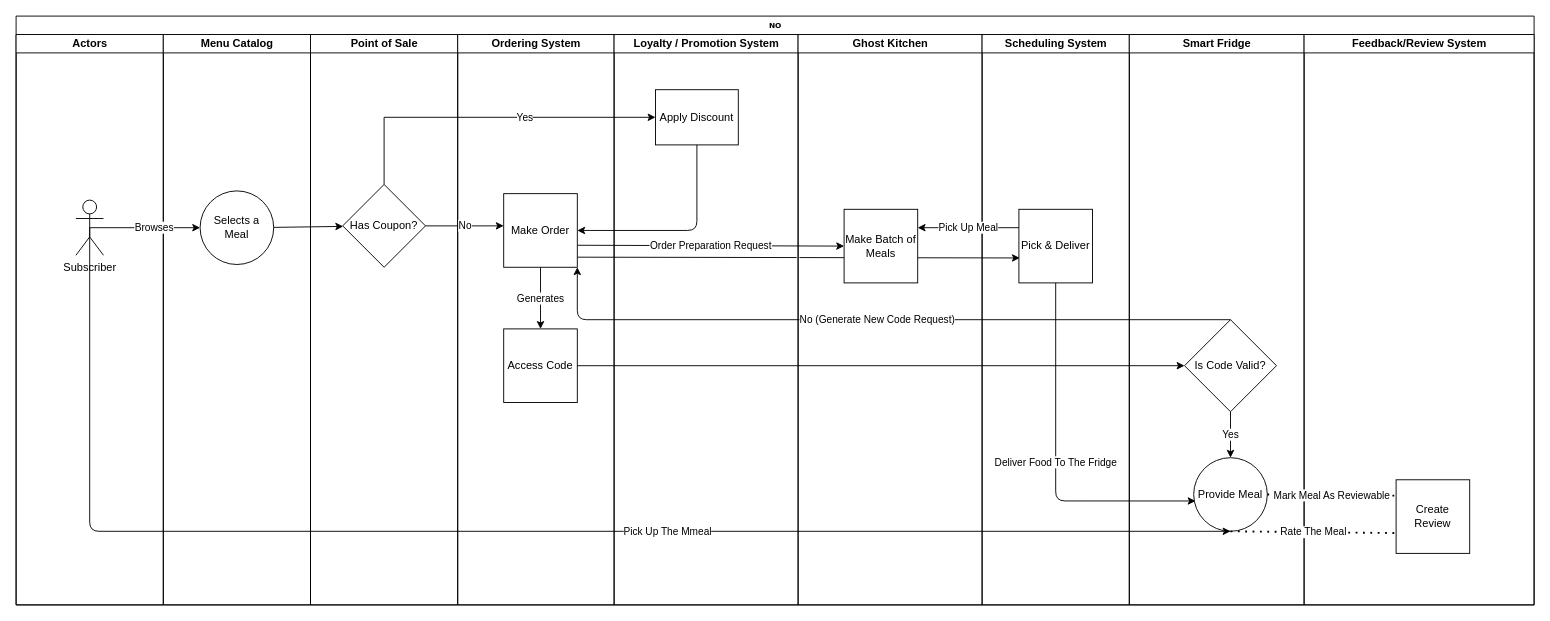
Earlier version of the draw.io diagram img/user journey/Subscriber.drawio (ldynia/archcolider). Source tidied: cells renumbered, new cells numbered last; positions are measured from the earlier drawing's top-left corner, leaving out a move shared by most shapes. Both pictures are drawn from the tidied source at 92%, with x=0, y=0 at pixel (16, 16).
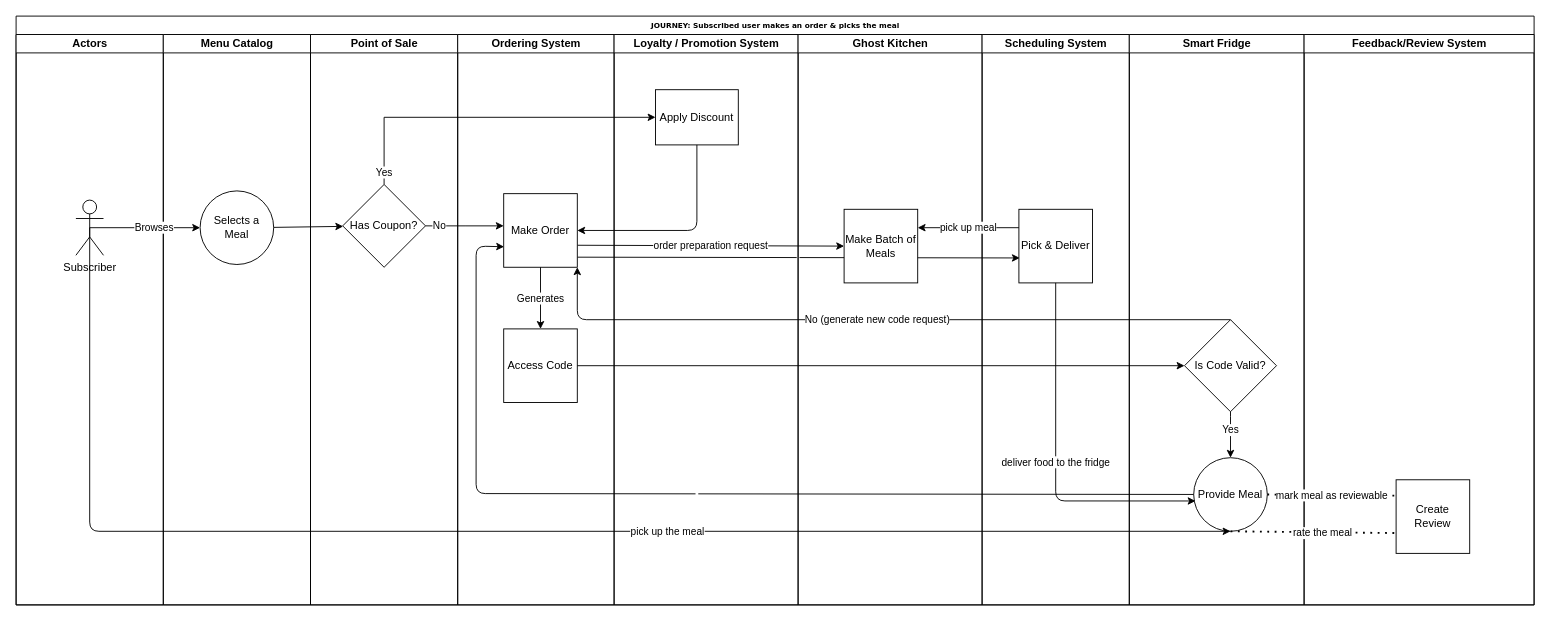
The same page after the edit.

The change refers to these unchanged cells:
```xml
<mxCell id="5" value="&lt;div&gt;Subscriber&lt;/div&gt;" style="shape=umlActor;verticalLabelPosition=bottom;verticalAlign=top;html=1;outlineConnect=0;" parent="4" vertex="1">
  <mxGeometry x="65" y="180" width="30" height="60" as="geometry" />
</mxCell>
<mxCell id="9" value="Has Coupon?" style="rhombus;whiteSpace=wrap;html=1;" parent="8" vertex="1">
  <mxGeometry x="35" y="163" width="90" height="90" as="geometry" />
</mxCell>
<mxCell id="11" value="&lt;div&gt;Make Order&lt;/div&gt;" style="whiteSpace=wrap;html=1;" parent="10" vertex="1">
  <mxGeometry x="50" y="173" width="80" height="80" as="geometry" />
</mxCell>
<mxCell id="16" value="&lt;div&gt;Apply Discount&lt;/div&gt;" style="whiteSpace=wrap;html=1;" parent="15" vertex="1">
  <mxGeometry x="45" y="60" width="90" height="60" as="geometry" />
</mxCell>
<mxCell id="18" value="Make Batch of Meals" style="whiteSpace=wrap;html=1;" parent="17" vertex="1">
  <mxGeometry x="50" y="190" width="80" height="80" as="geometry" />
</mxCell>
<mxCell id="20" value="Pick &amp;amp; Deliver" style="whiteSpace=wrap;html=1;" parent="19" vertex="1">
  <mxGeometry x="40" y="190" width="80" height="80" as="geometry" />
</mxCell>
<mxCell id="27" value="Smart Fridge" style="swimlane;html=1;startSize=20;" parent="2" vertex="1">
  <mxGeometry x="1210" y="20" width="190" height="620" as="geometry" />
</mxCell>
<mxCell id="28" value="Provide Meal" style="ellipse;whiteSpace=wrap;html=1;" parent="27" vertex="1">
  <mxGeometry x="70" y="460" width="80" height="80" as="geometry" />
</mxCell>
<mxCell id="29" value="Is Code Valid?" style="rhombus;whiteSpace=wrap;html=1;" parent="27" vertex="1">
  <mxGeometry x="60" y="310" width="100" height="100" as="geometry" />
</mxCell>
<mxCell id="35" value="Create Review" style="whiteSpace=wrap;html=1;" parent="34" vertex="1">
  <mxGeometry x="100" y="484" width="80" height="80" as="geometry" />
</mxCell>
```

Change to the diagram source:
```diff
@@
-    <mxCell id="2" value="NO" style="swimlane;html=1;startSize=20;rounded=0;shadow=0;labelBackgroundColor=none;strokeWidth=1;fontFamily=Verdana;fontSize=8;align=center;" parent="1" vertex="1">
+    <mxCell id="2" value="JOURNEY: Subscribed user makes an order &amp;amp; picks the meal" style="swimlane;html=1;startSize=20;rounded=0;shadow=0;labelBackgroundColor=none;strokeWidth=1;fontFamily=Verdana;fontSize=8;align=center;" parent="1" vertex="1">
       <mxGeometry width="1650" height="640" as="geometry" />
     </mxCell>
@@
     <mxCell id="21" value="Yes" style="edgeStyle=orthogonalEdgeStyle;rounded=0;jettySize=auto;html=1;exitX=0.5;exitY=0;exitDx=0;exitDy=0;" parent="2" edge="1" source="9" target="16">
-      <mxGeometry x="0.23" relative="1" as="geometry">
+      <mxGeometry x="-0.93" relative="1" as="geometry">
         <Array as="points">
           <mxPoint x="400" y="110" />
         </Array>
       </mxGeometry>
     </mxCell>
@@
     <mxCell id="24" value="No" style="edgeStyle=orthogonalEdgeStyle;rounded=0;jettySize=auto;html=1;" parent="2" edge="1" source="9" target="11">
-      <mxGeometry relative="1" as="geometry">
+      <mxGeometry x="-0.65" relative="1" as="geometry">
         <Array as="points">
           <mxPoint x="488" y="228" />
           <mxPoint x="488" y="228" />
         </Array>
       </mxGeometry>
     </mxCell>
-    <mxCell id="25" value="Order Preparation Request" style="endArrow=classic;html=1;exitX=1.004;exitY=0.701;exitDx=0;exitDy=0;entryX=0;entryY=0.5;entryDx=0;entryDy=0;exitPerimeter=0;" parent="2" edge="1" source="11" target="18">
+    <mxCell id="25" value="order preparation request" style="endArrow=classic;html=1;exitX=1.004;exitY=0.701;exitDx=0;exitDy=0;entryX=0;entryY=0.5;entryDx=0;entryDy=0;exitPerimeter=0;" parent="2" edge="1" source="11" target="18">
       <mxGeometry relative="1" as="geometry" />
     </mxCell>
@@
     <mxCell id="30" value="Yes" style="endArrow=classic;html=1;entryX=0.5;entryY=0;entryDx=0;entryDy=0;" parent="27" edge="1" target="28">
-      <mxGeometry relative="1" as="geometry">
+      <mxGeometry x="-0.2" relative="1" as="geometry">
         <mxPoint x="110" y="410" as="sourcePoint" />
+        <Array as="points">
+          <mxPoint x="110" y="420" />
+        </Array>
       </mxGeometry>
     </mxCell>
-    <mxCell id="31" value="No (Generate New Code Request)" style="endArrow=classic;html=1;exitX=0.5;exitY=0;exitDx=0;exitDy=0;entryX=1;entryY=1;entryDx=0;entryDy=0;" parent="2" edge="1" source="29" target="11">
+    <mxCell id="31" value="No (generate new code request)" style="endArrow=classic;html=1;exitX=0.5;exitY=0;exitDx=0;exitDy=0;entryX=1;entryY=1;entryDx=0;entryDy=0;" parent="2" edge="1">
       <mxGeometry relative="1" as="geometry">
+        <mxPoint x="1320" y="330" as="sourcePoint" />
+        <mxPoint x="610" y="273" as="targetPoint" />
         <Array as="points">
           <mxPoint x="610" y="330" />
         </Array>
       </mxGeometry>
     </mxCell>
-    <mxCell id="32" value="Deliver Food To The Fridge" style="endArrow=classic;html=1;exitX=0.5;exitY=1;exitDx=0;exitDy=0;entryX=0.025;entryY=0.588;entryDx=0;entryDy=0;entryPerimeter=0;" parent="2" edge="1" source="20" target="28">
+    <mxCell id="32" value="deliver food to the fridge" style="endArrow=classic;html=1;exitX=0.5;exitY=1;exitDx=0;exitDy=0;entryX=0.025;entryY=0.588;entryDx=0;entryDy=0;entryPerimeter=0;" parent="2" edge="1" source="20" target="28">
       <mxGeometry relative="1" as="geometry">
         <Array as="points">
           <mxPoint x="1130" y="527" />
         </Array>
       </mxGeometry>
     </mxCell>
-    <mxCell id="33" value="Pick Up The Mmeal" style="endArrow=classic;html=1;entryX=0.5;entryY=1;entryDx=0;entryDy=0;exitX=0.5;exitY=0.5;exitDx=0;exitDy=0;exitPerimeter=0;" parent="2" edge="1" source="5" target="28">
+    <mxCell id="33" value="pick up the meal" style="endArrow=classic;html=1;entryX=0.5;entryY=1;entryDx=0;entryDy=0;exitX=0.5;exitY=0.5;exitDx=0;exitDy=0;exitPerimeter=0;" parent="2" edge="1" source="5" target="28">
       <mxGeometry x="0.22" relative="1" as="geometry">
         <Array as="points">
           <mxPoint x="80" y="560" />
           <mxPoint x="700" y="560" />
         </Array>
       </mxGeometry>
     </mxCell>
+    <mxCell id="39" value="&amp;nbsp;" style="endArrow=classic;html=1;entryX=0.005;entryY=0.721;entryDx=0;entryDy=0;entryPerimeter=0;" parent="2" edge="1" source="28" target="11">
+      <mxGeometry relative="1" as="geometry">
+        <Array as="points">
+          <mxPoint x="500" y="519" />
+          <mxPoint x="500" y="250" />
+        </Array>
+      </mxGeometry>
+    </mxCell>
@@
-    <mxCell id="36" value="Pick Up Meal" style="endArrow=classic;html=1;exitX=0;exitY=0.25;exitDx=0;exitDy=0;" parent="1" edge="1" source="20">
+    <mxCell id="36" value="pick up meal" style="endArrow=classic;html=1;exitX=0;exitY=0.25;exitDx=0;exitDy=0;" parent="1" edge="1" source="20">
       <mxGeometry relative="1" as="geometry">
         <mxPoint x="980" y="230" as="targetPoint" />
       </mxGeometry>
     </mxCell>
-    <mxCell id="37" value="Mark Meal As Reviewable" style="endArrow=none;dashed=1;html=1;dashPattern=1 3;strokeWidth=2;entryX=0.005;entryY=0.215;entryDx=0;entryDy=0;entryPerimeter=0;exitX=1;exitY=0.5;exitDx=0;exitDy=0;" parent="1" edge="1" source="28" target="35">
+    <mxCell id="37" value="mark meal as reviewable" style="endArrow=none;dashed=1;html=1;dashPattern=1 3;strokeWidth=2;entryX=0.005;entryY=0.215;entryDx=0;entryDy=0;entryPerimeter=0;exitX=1;exitY=0.5;exitDx=0;exitDy=0;" parent="1" edge="1" source="28" target="35">
       <mxGeometry relative="1" as="geometry" />
     </mxCell>
-    <mxCell id="38" value="Rate The Meal" style="endArrow=none;dashed=1;html=1;dashPattern=1 3;strokeWidth=2;exitX=0.5;exitY=1;exitDx=0;exitDy=0;entryX=0.01;entryY=0.724;entryDx=0;entryDy=0;entryPerimeter=0;" parent="1" edge="1" source="28" target="35">
-      <mxGeometry relative="1" as="geometry" />
+    <mxCell id="38" value="rate the meal" style="endArrow=none;dashed=1;html=1;dashPattern=1 3;strokeWidth=2;exitX=0.5;exitY=1;exitDx=0;exitDy=0;entryX=0.01;entryY=0.724;entryDx=0;entryDy=0;entryPerimeter=0;" parent="1" edge="1" source="28" target="35">
+      <mxGeometry x="0.11" y="-1" relative="1" as="geometry" />
     </mxCell>
```
